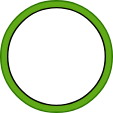
This is img/pion_black.drawio.svg from Alexiscomete/NSI-1-jeu-de-dames, a draw.io export, as it was before one commit. Source tidied: cells renumbered, new cells last; positions are measured from the earlier drawing's top-left corner, leaving out a move shared by most shapes.
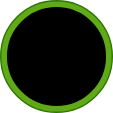
Above is the later version.

Diff of the diagram source:
```diff
@@ -5,7 +5,7 @@
     <mxCell id="2" style="ellipse;whiteSpace=wrap;html=1;fillColor=#60a917;fontColor=#ffffff;strokeColor=#2D7600;" parent="1" vertex="1">
       <mxGeometry width="80" height="80" as="geometry" />
     </mxCell>
-    <mxCell id="3" style="ellipse;whiteSpace=wrap;html=1;" parent="1" vertex="1">
+    <mxCell id="3" style="ellipse;whiteSpace=wrap;html=1;fillColor=#000000;" parent="1" vertex="1">
       <mxGeometry x="5" y="5" width="70" height="70" as="geometry" />
     </mxCell>
   </root>
```
